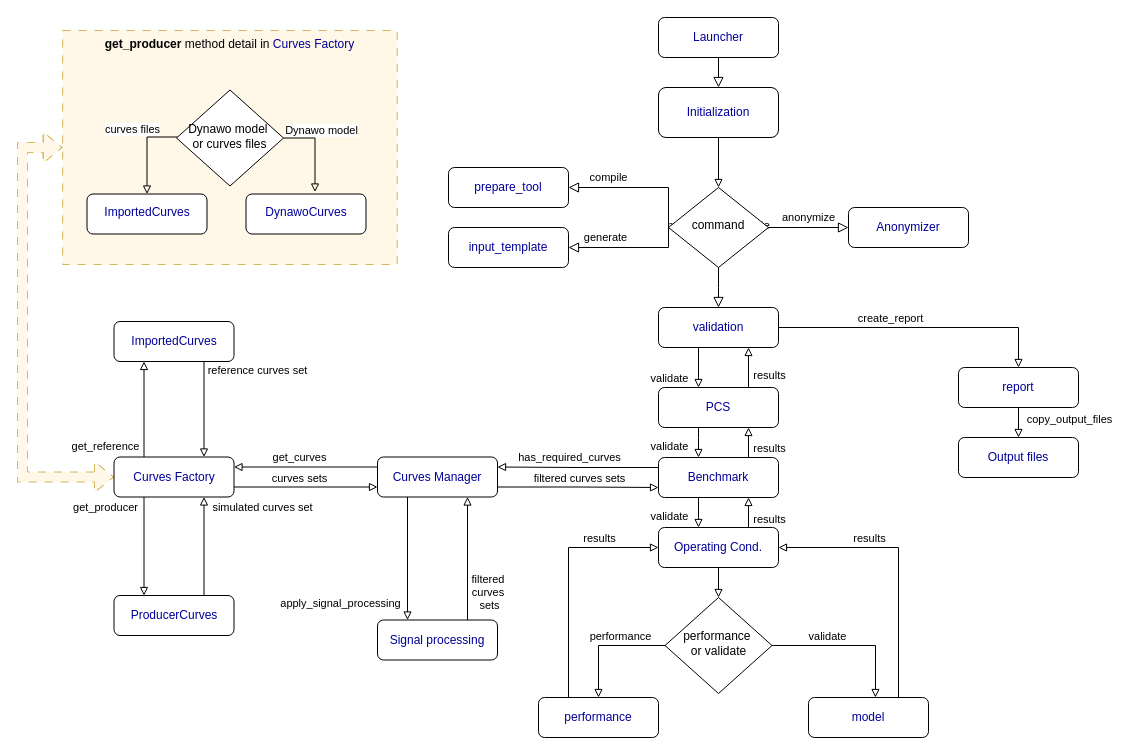
dynawo/dyn-grid-compliance-verification keeps this draw.io diagram as docs/design/DyCoV diagram.drawio. Above is the earlier version. Source tidied: cells renumbered, new cells numbered last; positions are measured from the earlier drawing's top-left corner, leaving out a move shared by most shapes. Both pictures are drawn from the tidied source at 100%, with x=0, y=0 at pixel (22, 17).
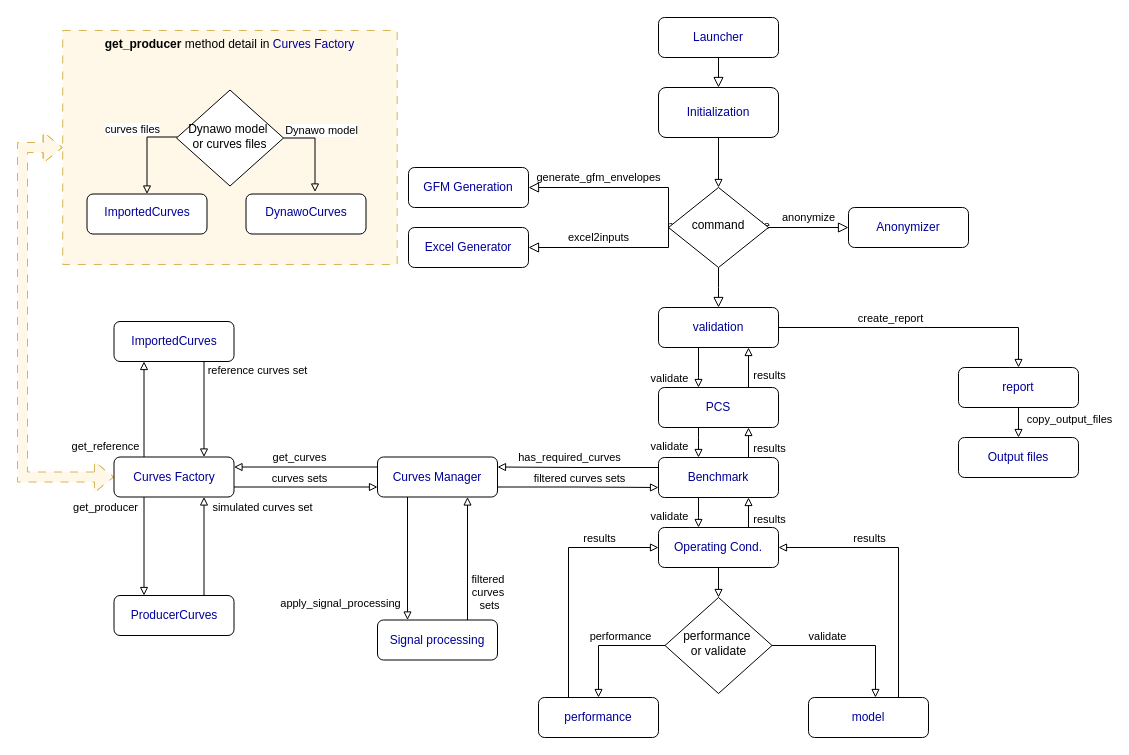
After the change.

Commit message (it also covers changes not shown here):
docs: redraw the manual_dev flowchart with the commands the CLI offers

The change refers to these unchanged cells:
```xml
<mxCell id="17" value="command" style="rhombus;whiteSpace=wrap;html=1;shadow=0;fontFamily=Helvetica;fontSize=12;align=center;strokeWidth=1;spacing=6;spacingTop=-4;" parent="1" vertex="1">
  <mxGeometry x="646" y="170" width="100" height="80" as="geometry" />
</mxCell>
```

The edit, as a diff of the source:
```diff
@@
-    <mxCell id="24" value="compile" style="edgeStyle=orthogonalEdgeStyle;rounded=0;html=1;jettySize=auto;fontSize=11;endArrow=block;endFill=0;endSize=8;strokeWidth=1;shadow=0;labelBackgroundColor=none;exitX=0;exitY=0.5;exitDx=0;exitDy=0;" parent="1" edge="1" source="17" target="25">
-      <mxGeometry x="0.43" y="-10" relative="1" as="geometry">
+    <mxCell id="24" value="generate_gfm_envelopes" style="edgeStyle=orthogonalEdgeStyle;rounded=0;html=1;jettySize=auto;fontSize=11;endArrow=block;endFill=0;endSize=8;strokeWidth=1;shadow=0;labelBackgroundColor=none;exitX=0;exitY=0.5;exitDx=0;exitDy=0;" parent="1" edge="1" source="17" target="25">
+      <mxGeometry x="0.22" y="-10" relative="1" as="geometry">
         <Array as="points">
           <mxPoint x="646" y="170" />
         </Array>
       </mxGeometry>
     </mxCell>
-    <mxCell id="25" value="prepare_tool" style="rounded=1;whiteSpace=wrap;html=1;fontSize=12;glass=0;strokeWidth=1;shadow=0;fontColor=#000099;" parent="1" vertex="1">
-      <mxGeometry x="426" y="150" width="120" height="40" as="geometry" />
+    <mxCell id="25" value="GFM Generation" style="rounded=1;whiteSpace=wrap;html=1;fontSize=12;glass=0;strokeWidth=1;shadow=0;fontColor=#000099;" parent="1" vertex="1">
+      <mxGeometry x="386" y="150" width="120" height="40" as="geometry" />
     </mxCell>
-    <mxCell id="26" value="generate" style="edgeStyle=orthogonalEdgeStyle;rounded=0;html=1;jettySize=auto;fontSize=11;endArrow=block;endFill=0;endSize=8;strokeWidth=1;shadow=0;labelBackgroundColor=none;entryX=1;entryY=0.5;entryDx=0;entryDy=0;" parent="1" edge="1" target="27">
-      <mxGeometry x="0.38" y="-10" relative="1" as="geometry">
+    <mxCell id="26" value="excel2inputs" style="edgeStyle=orthogonalEdgeStyle;rounded=0;html=1;jettySize=auto;fontSize=11;endArrow=block;endFill=0;endSize=8;strokeWidth=1;shadow=0;labelBackgroundColor=none;entryX=1;entryY=0.5;entryDx=0;entryDy=0;" parent="1" edge="1" target="27">
+      <mxGeometry x="0.12" y="-10" relative="1" as="geometry">
         <mxPoint x="646" y="210" as="sourcePoint" />
         <Array as="points">
           <mxPoint x="646" y="230" />
-          <mxPoint x="546" y="230" />
+          <mxPoint x="506" y="230" />
         </Array>
       </mxGeometry>
     </mxCell>
-    <mxCell id="27" value="input_template" style="rounded=1;whiteSpace=wrap;html=1;fontSize=12;glass=0;strokeWidth=1;shadow=0;fontColor=#000099;" parent="1" vertex="1">
-      <mxGeometry x="426" y="210" width="120" height="40" as="geometry" />
+    <mxCell id="27" value="Excel Generator" style="rounded=1;whiteSpace=wrap;html=1;fontSize=12;glass=0;strokeWidth=1;shadow=0;fontColor=#000099;" parent="1" vertex="1">
+      <mxGeometry x="386" y="210" width="120" height="40" as="geometry" />
     </mxCell>
```
